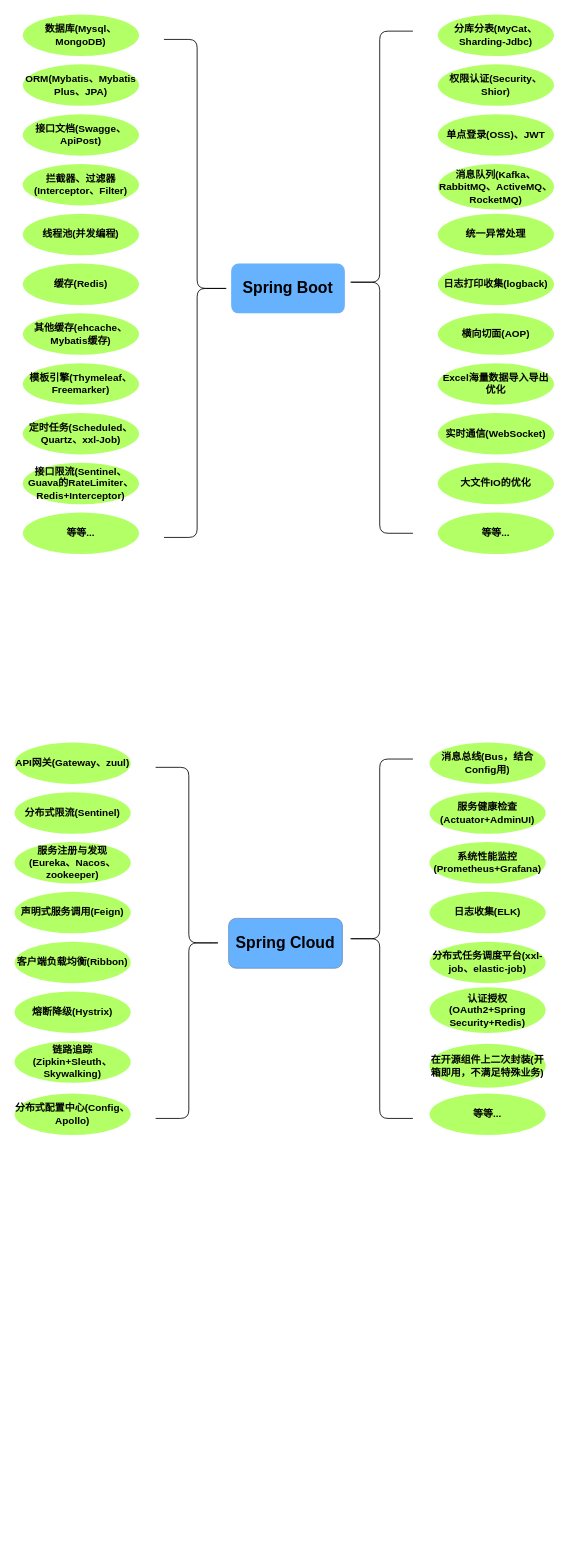
Earlier version of the draw.io diagram 其他/业界前沿技术栈框架(后端).drawio (KTLeYing/draw-diagram). Source tidied: cells renumbered, new cells numbered last; positions are measured from the earlier drawing's top-left corner, leaving out a move shared by most shapes. Both pictures are drawn from the tidied source at 83%, with x=0, y=0 at pixel (14, 14).
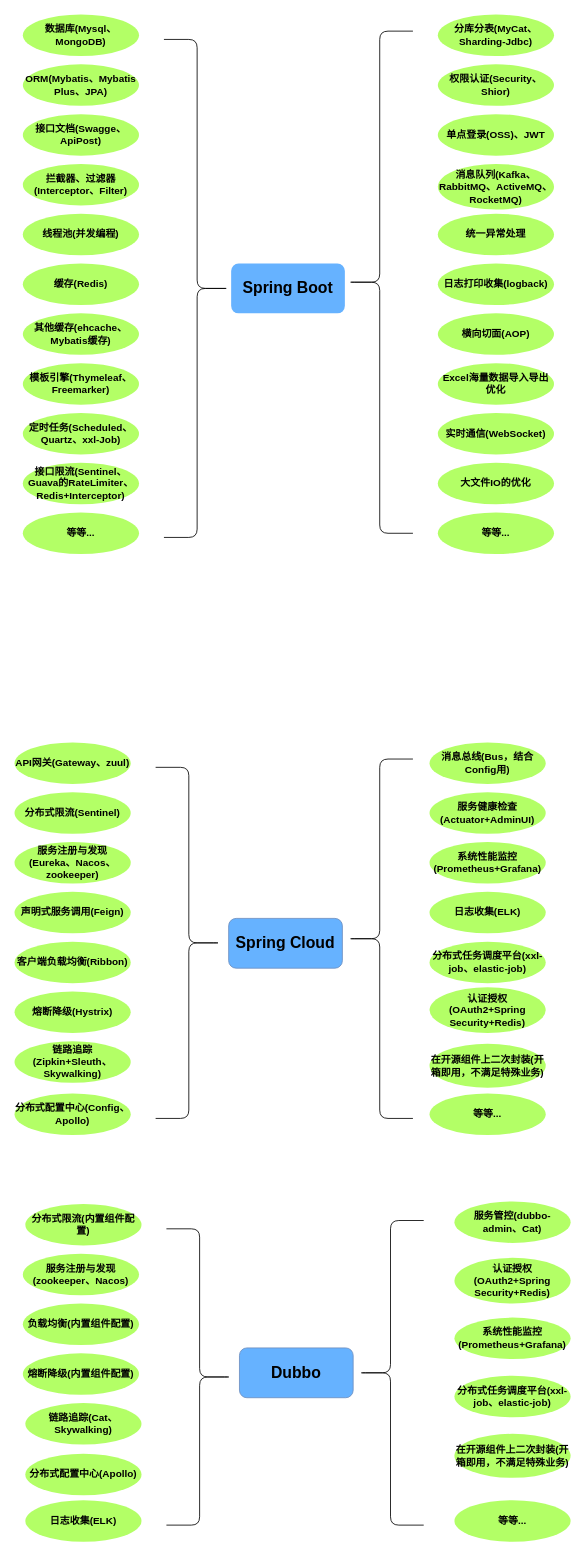
The same diagram, later.

Commit message:
更新业界前沿技术栈框架(后端).drawio

Diff of the diagram source:
```diff
@@
+    <mxCell id="46" value="&lt;span style=&quot;font-size: 19px;&quot;&gt;Dubbo&lt;/span&gt;" style="rounded=1;whiteSpace=wrap;html=1;fillColor=#66B2FF;strokeColor=#6c8ebf;fontStyle=1;gradientColor=none;" parent="1" vertex="1">
+      <mxGeometry x="271" y="1606.5" width="137" height="60" as="geometry" />
+    </mxCell>
+    <mxCell id="47" value="分布式限流(内置组件配置)" style="ellipse;whiteSpace=wrap;html=1;fillColor=#B3FF66;strokeColor=none;fontStyle=1;" parent="1" vertex="1">
+      <mxGeometry x="13" y="1433" width="140" height="50" as="geometry" />
+    </mxCell>
+    <mxCell id="48" value="服务注册与发现(zookeeper、Nacos)" style="ellipse;whiteSpace=wrap;html=1;fillColor=#B3FF66;strokeColor=none;fontStyle=1;" parent="1" vertex="1">
+      <mxGeometry x="10" y="1493" width="140" height="50" as="geometry" />
+    </mxCell>
+    <mxCell id="49" value="负载均衡(内置组件配置)" style="ellipse;whiteSpace=wrap;html=1;fillColor=#B3FF66;strokeColor=none;fontStyle=1;" parent="1" vertex="1">
+      <mxGeometry x="10" y="1553" width="140" height="50" as="geometry" />
+    </mxCell>
+    <mxCell id="50" value="熔断降级(内置组件配置)" style="ellipse;whiteSpace=wrap;html=1;fillColor=#B3FF66;strokeColor=none;fontStyle=1;" parent="1" vertex="1">
+      <mxGeometry x="10" y="1613" width="140" height="50" as="geometry" />
+    </mxCell>
+    <mxCell id="51" value="分布式配置中心(Apollo)" style="ellipse;whiteSpace=wrap;html=1;fillColor=#B3FF66;strokeColor=none;fontStyle=1;" parent="1" vertex="1">
+      <mxGeometry x="13" y="1734" width="140" height="50" as="geometry" />
+    </mxCell>
+    <mxCell id="52" value="系统性能监控(Prometheus+Grafana)" style="ellipse;whiteSpace=wrap;html=1;fillColor=#B3FF66;strokeColor=none;fontStyle=1;" parent="1" vertex="1">
+      <mxGeometry x="530" y="1570" width="140" height="50" as="geometry" />
+    </mxCell>
+    <mxCell id="53" value="链路追踪(Cat、Skywalking)" style="ellipse;whiteSpace=wrap;html=1;fillColor=#B3FF66;strokeColor=none;fontStyle=1;" parent="1" vertex="1">
+      <mxGeometry x="13" y="1673" width="140" height="50" as="geometry" />
+    </mxCell>
+    <mxCell id="54" value="分布式任务调度平台(xxl-job、elastic-job)" style="ellipse;whiteSpace=wrap;html=1;fillColor=#B3FF66;strokeColor=none;fontStyle=1;" parent="1" vertex="1">
+      <mxGeometry x="530" y="1640" width="140" height="50" as="geometry" />
+    </mxCell>
+    <mxCell id="55" value="认证授权(OAuth2+Spring Security+Redis)" style="ellipse;whiteSpace=wrap;html=1;fillColor=#B3FF66;strokeColor=none;fontStyle=1;" parent="1" vertex="1">
+      <mxGeometry x="530" y="1498" width="140" height="55" as="geometry" />
+    </mxCell>
+    <mxCell id="56" value="等等..." style="ellipse;whiteSpace=wrap;html=1;fillColor=#B3FF66;strokeColor=none;fontStyle=1;" parent="1" vertex="1">
+      <mxGeometry x="530" y="1790" width="140" height="50" as="geometry" />
+    </mxCell>
+    <mxCell id="57" style="shape=curlyBracket;whiteSpace=wrap;html=1;rounded=1;flipH=1;fontSize=19;fillColor=#D4E1F5;gradientColor=none;" parent="1" vertex="1">
+      <mxGeometry x="183" y="1463" width="80" height="357" as="geometry" />
+    </mxCell>
+    <mxCell id="58" style="shape=curlyBracket;whiteSpace=wrap;html=1;rounded=1;fontSize=19;fillColor=#D4E1F5;gradientColor=none;size=0.5;" parent="1" vertex="1">
+      <mxGeometry x="413" y="1453" width="80" height="367" as="geometry" />
+    </mxCell>
+    <mxCell id="59" value="在开源组件上二次封装(开箱即用，不满足特殊业务)" style="ellipse;whiteSpace=wrap;html=1;fillColor=#B3FF66;strokeColor=none;fontStyle=1;" parent="1" vertex="1">
+      <mxGeometry x="530" y="1710" width="140" height="53" as="geometry" />
+    </mxCell>
+    <mxCell id="60" value="服务管控(dubbo-admin、Cat)" style="ellipse;whiteSpace=wrap;html=1;fillColor=#B3FF66;strokeColor=none;fontStyle=1;" parent="1" vertex="1">
+      <mxGeometry x="530" y="1430" width="140" height="50" as="geometry" />
+    </mxCell>
+    <mxCell id="61" value="&lt;div&gt;日志收集(&lt;span style=&quot;background-color: initial;&quot;&gt;ELK)&lt;/span&gt;&lt;/div&gt;" style="ellipse;whiteSpace=wrap;html=1;fillColor=#B3FF66;strokeColor=none;fontStyle=1;" parent="1" vertex="1">
+      <mxGeometry x="13" y="1790" width="140" height="50" as="geometry" />
+    </mxCell>
```
